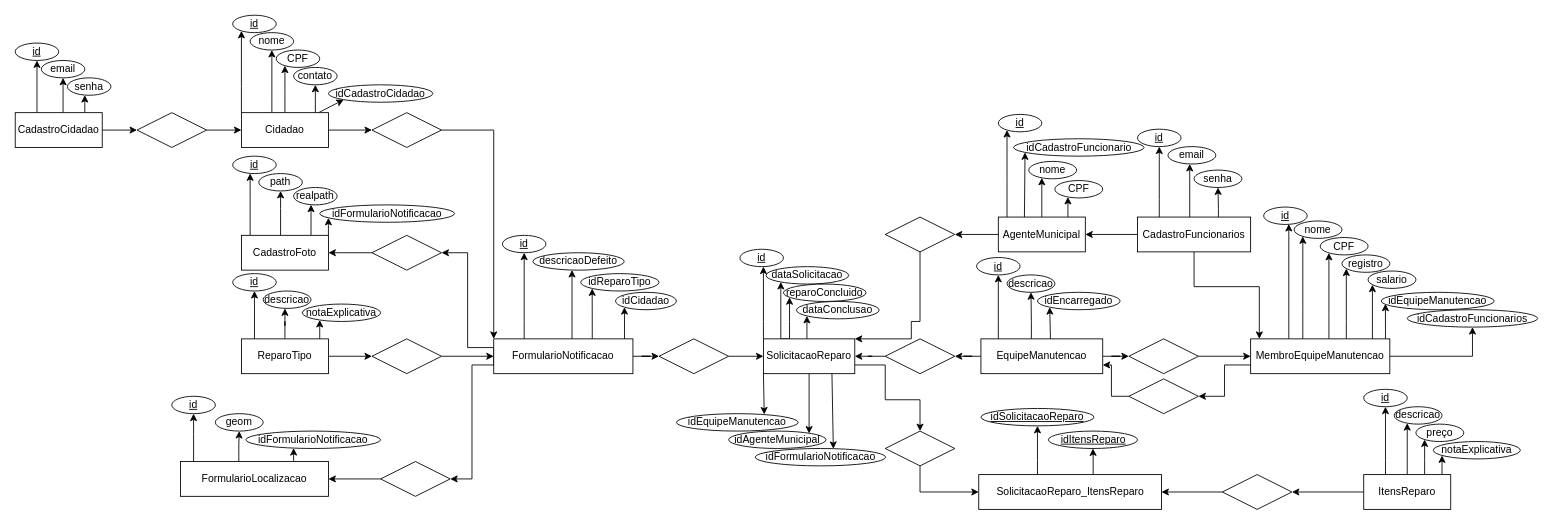
PuraFome/AEP-Segundo-Semestre-2022 keeps this draw.io diagram as diagramas/modelo_conceitual.drawio. Above is the earlier version. Source tidied: cells renumbered, new cells numbered last; positions are measured from the earlier drawing's top-left corner, leaving out a move shared by most shapes. Both pictures are drawn from the tidied source at 87%, with x=0, y=0 at pixel (15, 15).
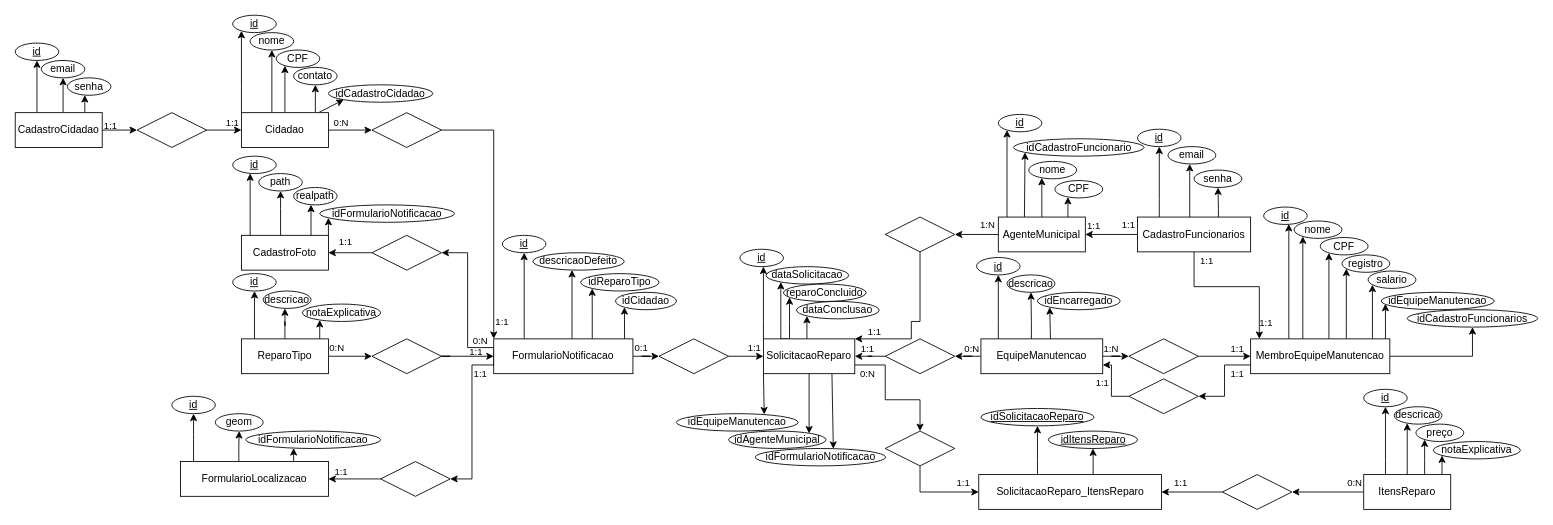
The same page after the edit.

The change refers to these unchanged cells:
```xml
<mxCell id="9" value="FormularioNotificacao" style="whiteSpace=wrap;html=1;align=center;" parent="1" vertex="1">
  <mxGeometry x="550" y="372" width="160" height="40" as="geometry" />
</mxCell>
<mxCell id="61" style="shape=rhombus;perimeter=rhombusPerimeter;whiteSpace=wrap;html=1;align=center;" parent="1" vertex="1">
  <mxGeometry x="410" y="372" width="80" height="40" as="geometry" />
</mxCell>
```

Diff of the diagram source:
```diff
@@
-    <mxCell id="60" style="edgeStyle=orthogonalEdgeStyle;rounded=0;jettySize=auto;html=1;" parent="1" edge="1" source="61" target="9">
+    <mxCell id="60" style="edgeStyle=orthogonalEdgeStyle;rounded=0;jettySize=auto;html=1;startArrow=none;" parent="1" edge="1" target="9">
       <mxGeometry relative="1" as="geometry">
+        <mxPoint x="500" y="392" as="sourcePoint" />
         <Array as="points">
           <mxPoint x="490" y="392" />
           <mxPoint x="490" y="392" />
         </Array>
       </mxGeometry>
     </mxCell>
@@
+    <mxCell id="157" value="1:1" style="text;html=1;strokeColor=none;fillColor=none;align=center;verticalAlign=middle;whiteSpace=wrap;rounded=0;fontSize=11;" parent="1" vertex="1">
+      <mxGeometry x="80" y="112" width="60" height="30" as="geometry" />
+    </mxCell>
+    <mxCell id="158" value="1:1" style="text;html=1;strokeColor=none;fillColor=none;align=center;verticalAlign=middle;whiteSpace=wrap;rounded=0;fontSize=11;" parent="1" vertex="1">
+      <mxGeometry x="220" y="109" width="60" height="30" as="geometry" />
+    </mxCell>
+    <mxCell id="159" value="0:N" style="text;html=1;strokeColor=none;fillColor=none;align=center;verticalAlign=middle;whiteSpace=wrap;rounded=0;fontSize=11;" parent="1" vertex="1">
+      <mxGeometry x="345" y="109" width="60" height="30" as="geometry" />
+    </mxCell>
+    <mxCell id="160" value="1:1" style="text;html=1;strokeColor=none;fillColor=none;align=center;verticalAlign=middle;whiteSpace=wrap;rounded=0;fontSize=11;" parent="1" vertex="1">
+      <mxGeometry x="350" y="245.5" width="60" height="30" as="geometry" />
+    </mxCell>
+    <mxCell id="161" value="0:N" style="text;html=1;strokeColor=none;fillColor=none;align=center;verticalAlign=middle;whiteSpace=wrap;rounded=0;fontSize=11;" parent="1" vertex="1">
+      <mxGeometry x="505" y="358.5" width="60" height="30" as="geometry" />
+    </mxCell>
+    <mxCell id="162" value="1:1" style="text;html=1;strokeColor=none;fillColor=none;align=center;verticalAlign=middle;whiteSpace=wrap;rounded=0;fontSize=11;" parent="1" vertex="1">
+      <mxGeometry x="530" y="337" width="60" height="30" as="geometry" />
+    </mxCell>
+    <mxCell id="163" style="edgeStyle=orthogonalEdgeStyle;rounded=0;jettySize=auto;html=1;endArrow=none;" parent="1" edge="1" source="61">
+      <mxGeometry relative="1" as="geometry">
+        <mxPoint x="500" y="392" as="targetPoint" />
+        <Array as="points">
+          <mxPoint x="490" y="392" />
+          <mxPoint x="490" y="392" />
+        </Array>
+      </mxGeometry>
+    </mxCell>
+    <mxCell id="164" value="1:1" style="text;html=1;strokeColor=none;fillColor=none;align=center;verticalAlign=middle;whiteSpace=wrap;rounded=0;fontSize=11;" parent="1" vertex="1">
+      <mxGeometry x="500" y="372" width="60" height="30" as="geometry" />
+    </mxCell>
+    <mxCell id="165" value="0:N" style="text;html=1;strokeColor=none;fillColor=none;align=center;verticalAlign=middle;whiteSpace=wrap;rounded=0;fontSize=11;" parent="1" vertex="1">
+      <mxGeometry x="340" y="367" width="60" height="30" as="geometry" />
+    </mxCell>
+    <mxCell id="166" value="1:1" style="text;html=1;strokeColor=none;fillColor=none;align=center;verticalAlign=middle;whiteSpace=wrap;rounded=0;fontSize=11;" parent="1" vertex="1">
+      <mxGeometry x="505" y="397" width="60" height="30" as="geometry" />
+    </mxCell>
+    <mxCell id="167" value="1:1" style="text;html=1;strokeColor=none;fillColor=none;align=center;verticalAlign=middle;whiteSpace=wrap;rounded=0;fontSize=11;" parent="1" vertex="1">
+      <mxGeometry x="345" y="510" width="60" height="30" as="geometry" />
+    </mxCell>
+    <mxCell id="168" value="0:1" style="text;html=1;strokeColor=none;fillColor=none;align=center;verticalAlign=middle;whiteSpace=wrap;rounded=0;fontSize=11;" parent="1" vertex="1">
+      <mxGeometry x="690" y="367" width="60" height="30" as="geometry" />
+    </mxCell>
+    <mxCell id="169" value="1:1" style="text;html=1;strokeColor=none;fillColor=none;align=center;verticalAlign=middle;whiteSpace=wrap;rounded=0;fontSize=11;" parent="1" vertex="1">
+      <mxGeometry x="820" y="367" width="60" height="30" as="geometry" />
+    </mxCell>
+    <mxCell id="170" value="1:1" style="text;html=1;strokeColor=none;fillColor=none;align=center;verticalAlign=middle;whiteSpace=wrap;rounded=0;fontSize=11;" parent="1" vertex="1">
+      <mxGeometry x="958" y="349" width="60" height="30" as="geometry" />
+    </mxCell>
+    <mxCell id="171" value="1:N" style="text;html=1;strokeColor=none;fillColor=none;align=center;verticalAlign=middle;whiteSpace=wrap;rounded=0;fontSize=11;" parent="1" vertex="1">
+      <mxGeometry x="1087.5" y="225.5" width="60" height="30" as="geometry" />
+    </mxCell>
+    <mxCell id="172" value="1:1" style="text;html=1;strokeColor=none;fillColor=none;align=center;verticalAlign=middle;whiteSpace=wrap;rounded=0;fontSize=11;" parent="1" vertex="1">
+      <mxGeometry x="1250" y="225.5" width="60" height="30" as="geometry" />
+    </mxCell>
+    <mxCell id="173" value="1:1" style="text;html=1;strokeColor=none;fillColor=none;align=center;verticalAlign=middle;whiteSpace=wrap;rounded=0;fontSize=11;" parent="1" vertex="1">
+      <mxGeometry x="1210" y="226.5" width="60" height="30" as="geometry" />
+    </mxCell>
+    <mxCell id="174" value="1:1" style="text;html=1;strokeColor=none;fillColor=none;align=center;verticalAlign=middle;whiteSpace=wrap;rounded=0;fontSize=11;" parent="1" vertex="1">
+      <mxGeometry x="1340" y="267" width="60" height="30" as="geometry" />
+    </mxCell>
+    <mxCell id="175" value="1:1" style="text;html=1;strokeColor=none;fillColor=none;align=center;verticalAlign=middle;whiteSpace=wrap;rounded=0;fontSize=11;" parent="1" vertex="1">
+      <mxGeometry x="1407.5" y="338.5" width="60" height="30" as="geometry" />
+    </mxCell>
+    <mxCell id="176" value="1:N" style="text;html=1;strokeColor=none;fillColor=none;align=center;verticalAlign=middle;whiteSpace=wrap;rounded=0;fontSize=11;" parent="1" vertex="1">
+      <mxGeometry x="1230" y="368.5" width="60" height="30" as="geometry" />
+    </mxCell>
+    <mxCell id="177" value="1:1" style="text;html=1;strokeColor=none;fillColor=none;align=center;verticalAlign=middle;whiteSpace=wrap;rounded=0;fontSize=11;" parent="1" vertex="1">
+      <mxGeometry x="1375" y="368.5" width="60" height="30" as="geometry" />
+    </mxCell>
+    <mxCell id="178" value="1:1" style="text;html=1;strokeColor=none;fillColor=none;align=center;verticalAlign=middle;whiteSpace=wrap;rounded=0;fontSize=11;" parent="1" vertex="1">
+      <mxGeometry x="1375" y="397" width="60" height="30" as="geometry" />
+    </mxCell>
+    <mxCell id="179" value="1:1" style="text;html=1;strokeColor=none;fillColor=none;align=center;verticalAlign=middle;whiteSpace=wrap;rounded=0;fontSize=11;" parent="1" vertex="1">
+      <mxGeometry x="1220" y="408" width="60" height="30" as="geometry" />
+    </mxCell>
+    <mxCell id="180" value="0:N" style="text;html=1;strokeColor=none;fillColor=none;align=center;verticalAlign=middle;whiteSpace=wrap;rounded=0;fontSize=11;" parent="1" vertex="1">
+      <mxGeometry x="1070" y="368.5" width="60" height="30" as="geometry" />
+    </mxCell>
+    <mxCell id="181" value="1:1" style="text;html=1;strokeColor=none;fillColor=none;align=center;verticalAlign=middle;whiteSpace=wrap;rounded=0;fontSize=11;" parent="1" vertex="1">
+      <mxGeometry x="950" y="368.5" width="60" height="30" as="geometry" />
+    </mxCell>
+    <mxCell id="182" value="0:N" style="text;html=1;strokeColor=none;fillColor=none;align=center;verticalAlign=middle;whiteSpace=wrap;rounded=0;fontSize=11;" parent="1" vertex="1">
+      <mxGeometry x="950" y="397" width="60" height="30" as="geometry" />
+    </mxCell>
+    <mxCell id="183" value="1:1" style="text;html=1;strokeColor=none;fillColor=none;align=center;verticalAlign=middle;whiteSpace=wrap;rounded=0;fontSize=11;" parent="1" vertex="1">
+      <mxGeometry x="1060" y="523" width="60" height="30" as="geometry" />
+    </mxCell>
+    <mxCell id="184" value="0:N" style="text;html=1;strokeColor=none;fillColor=none;align=center;verticalAlign=middle;whiteSpace=wrap;rounded=0;fontSize=11;" parent="1" vertex="1">
+      <mxGeometry x="1510" y="523" width="60" height="30" as="geometry" />
+    </mxCell>
+    <mxCell id="185" value="1:1" style="text;html=1;strokeColor=none;fillColor=none;align=center;verticalAlign=middle;whiteSpace=wrap;rounded=0;fontSize=11;" parent="1" vertex="1">
+      <mxGeometry x="1310" y="523" width="60" height="30" as="geometry" />
+    </mxCell>
```
